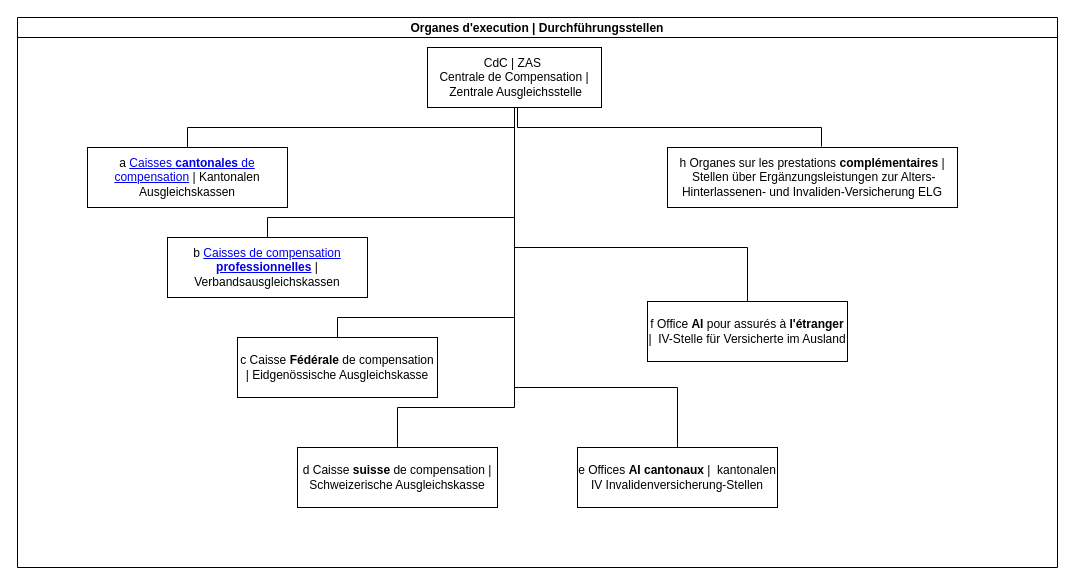
Before: page "Execution-Durchfuehrung" (4 of 6) of CdC-context.drawio in Helena-Zuk/github-slideshow, a draw.io diagram. Source tidied: cells renumbered, new cells numbered last; positions are measured from the earlier drawing's top-left corner, leaving out a move shared by most shapes. Both pictures are drawn from the tidied source at 100%, with x=0, y=0 at pixel (17, 17).
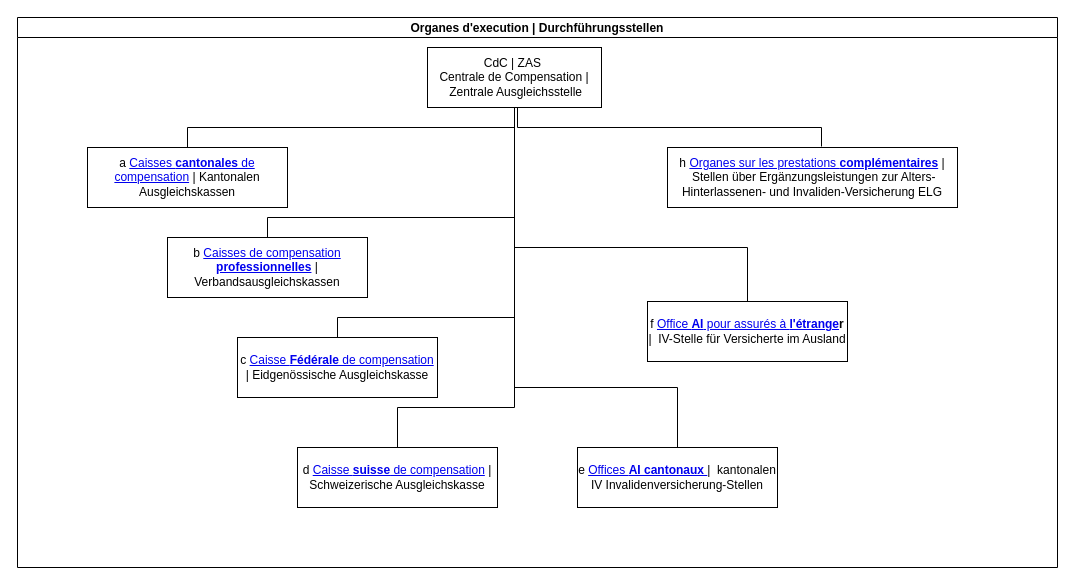
Above is the later version.

The change refers to these unchanged cells:
```xml
<mxCell id="2" value="Organes d'execution | Durchführungsstellen" style="swimlane;startSize=20;horizontal=1;containerType=tree;newEdgeStyle={&quot;edgeStyle&quot;:&quot;elbowEdgeStyle&quot;,&quot;startArrow&quot;:&quot;none&quot;,&quot;endArrow&quot;:&quot;none&quot;};" parent="1" vertex="1">
  <mxGeometry width="1040" height="550" as="geometry" />
</mxCell>
```

Diff of the diagram source:
```diff
@@
-    <mxCell id="11" value="h Organes sur les prestations &lt;b&gt;complémentaires&lt;/b&gt; | &amp;nbsp;Stellen über Ergänzungsleistungen zur Alters- Hinterlassenen- und Invaliden-Versicherung ELG" style="whiteSpace=wrap;html=1;align=center;verticalAlign=middle;newEdgeStyle={&quot;edgeStyle&quot;:&quot;elbowEdgeStyle&quot;,&quot;startArrow&quot;:&quot;none&quot;,&quot;endArrow&quot;:&quot;none&quot;};" parent="2" vertex="1">
+    <mxCell id="11" value="h &lt;a href=&quot;https://www.ahv-iv.ch/fr/Contacts/Les-organes-dexécution-compétents-des-prestations-complémentaires-transitoires&quot;&gt;Organes sur les prestations &lt;b&gt;complémentaires&lt;/b&gt;&lt;/a&gt; | &amp;nbsp;Stellen über Ergänzungsleistungen zur Alters- Hinterlassenen- und Invaliden-Versicherung ELG" style="whiteSpace=wrap;html=1;align=center;verticalAlign=middle;newEdgeStyle={&quot;edgeStyle&quot;:&quot;elbowEdgeStyle&quot;,&quot;startArrow&quot;:&quot;none&quot;,&quot;endArrow&quot;:&quot;none&quot;};" parent="2" vertex="1">
       <mxGeometry x="650" y="130" width="290" height="60" as="geometry" />
     </mxCell>
@@
-    <mxCell id="14" value="c Caisse &lt;b&gt;Fédérale&lt;/b&gt; de compensation | Eidgenössische Ausgleichskasse" style="whiteSpace=wrap;html=1;align=center;verticalAlign=middle;newEdgeStyle={&quot;edgeStyle&quot;:&quot;elbowEdgeStyle&quot;,&quot;startArrow&quot;:&quot;none&quot;,&quot;endArrow&quot;:&quot;none&quot;};" parent="2" vertex="1">
+    <mxCell id="14" value="c &lt;a href=&quot;https://www.ahv-iv.ch/fr/Contacts/Caisse-fédérale-de-compensation-CFC&quot;&gt;Caisse &lt;b&gt;Fédérale&lt;/b&gt; de compensation&lt;/a&gt; | Eidgenössische Ausgleichskasse" style="whiteSpace=wrap;html=1;align=center;verticalAlign=middle;newEdgeStyle={&quot;edgeStyle&quot;:&quot;elbowEdgeStyle&quot;,&quot;startArrow&quot;:&quot;none&quot;,&quot;endArrow&quot;:&quot;none&quot;};" parent="2" vertex="1">
       <mxGeometry x="220" y="320" width="200" height="60" as="geometry" />
     </mxCell>
-    <mxCell id="15" value="d Caisse &lt;b&gt;suisse&lt;/b&gt; de compensation | Schweizerische Ausgleichskasse" style="whiteSpace=wrap;html=1;align=center;verticalAlign=middle;newEdgeStyle={&quot;edgeStyle&quot;:&quot;elbowEdgeStyle&quot;,&quot;startArrow&quot;:&quot;none&quot;,&quot;endArrow&quot;:&quot;none&quot;};" parent="2" vertex="1">
+    <mxCell id="15" value="d &lt;a href=&quot;https://www.ahv-iv.ch/fr/Contacts/Caisse-suisse-de-compensation-CSC&quot;&gt;Caisse &lt;b&gt;suisse&lt;/b&gt; de compensation&lt;/a&gt; | Schweizerische Ausgleichskasse" style="whiteSpace=wrap;html=1;align=center;verticalAlign=middle;newEdgeStyle={&quot;edgeStyle&quot;:&quot;elbowEdgeStyle&quot;,&quot;startArrow&quot;:&quot;none&quot;,&quot;endArrow&quot;:&quot;none&quot;};" parent="2" vertex="1">
       <mxGeometry x="280" y="430" width="200" height="60" as="geometry" />
     </mxCell>
-    <mxCell id="16" value="e Offices &lt;b&gt;AI cantonaux&lt;/b&gt; | &amp;nbsp;kantonalen IV Invalidenversicherung-Stellen" style="whiteSpace=wrap;html=1;align=center;verticalAlign=middle;newEdgeStyle={&quot;edgeStyle&quot;:&quot;elbowEdgeStyle&quot;,&quot;startArrow&quot;:&quot;none&quot;,&quot;endArrow&quot;:&quot;none&quot;};" parent="2" vertex="1">
+    <mxCell id="16" value="e &lt;a href=&quot;https://www.ahv-iv.ch/fr/Contacts/Offices-AI&quot;&gt;Offices &lt;b&gt;AI cantonaux&lt;/b&gt; &lt;/a&gt;| &amp;nbsp;kantonalen IV Invalidenversicherung-Stellen" style="whiteSpace=wrap;html=1;align=center;verticalAlign=middle;newEdgeStyle={&quot;edgeStyle&quot;:&quot;elbowEdgeStyle&quot;,&quot;startArrow&quot;:&quot;none&quot;,&quot;endArrow&quot;:&quot;none&quot;};" parent="2" vertex="1">
       <mxGeometry x="560" y="430" width="200" height="60" as="geometry" />
     </mxCell>
-    <mxCell id="17" value="f Office &lt;b&gt;AI&lt;/b&gt; pour assurés à &lt;b&gt;l'étranger&lt;/b&gt; | &amp;nbsp;IV-Stelle für Versicherte im Ausland" style="whiteSpace=wrap;html=1;align=center;verticalAlign=middle;newEdgeStyle={&quot;edgeStyle&quot;:&quot;elbowEdgeStyle&quot;,&quot;startArrow&quot;:&quot;none&quot;,&quot;endArrow&quot;:&quot;none&quot;};" parent="2" vertex="1">
+    <mxCell id="17" value="f &lt;a href=&quot;https://www.ahv-iv.ch/fr/Contacts/Office-AI-pour-les-assurés-résidant-à-létranger&quot;&gt;Office &lt;b&gt;AI&lt;/b&gt; pour assurés à &lt;/a&gt;&lt;b&gt;&lt;a href=&quot;https://www.ahv-iv.ch/fr/Contacts/Office-AI-pour-les-assurés-résidant-à-létranger&quot;&gt;l'étrange&lt;/a&gt;r&lt;/b&gt; | &amp;nbsp;IV-Stelle für Versicherte im Ausland" style="whiteSpace=wrap;html=1;align=center;verticalAlign=middle;newEdgeStyle={&quot;edgeStyle&quot;:&quot;elbowEdgeStyle&quot;,&quot;startArrow&quot;:&quot;none&quot;,&quot;endArrow&quot;:&quot;none&quot;};" parent="2" vertex="1">
       <mxGeometry x="630" y="284" width="200" height="60" as="geometry" />
     </mxCell>
```
